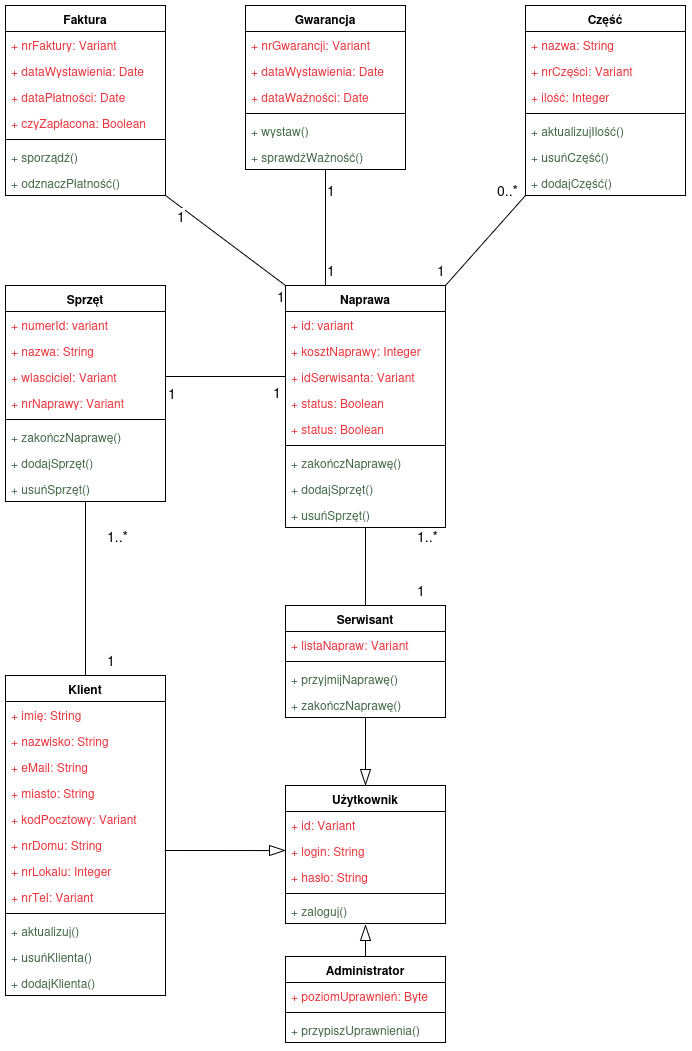
Earlier version of the draw.io export diagramKlasImplementacyjny.png (krystianczajkowski/ProjektowanieSystemowInformatycznych). Source tidied: cells renumbered, new cells last; positions are measured from the earlier drawing's top-left corner, leaving out a move shared by most shapes.
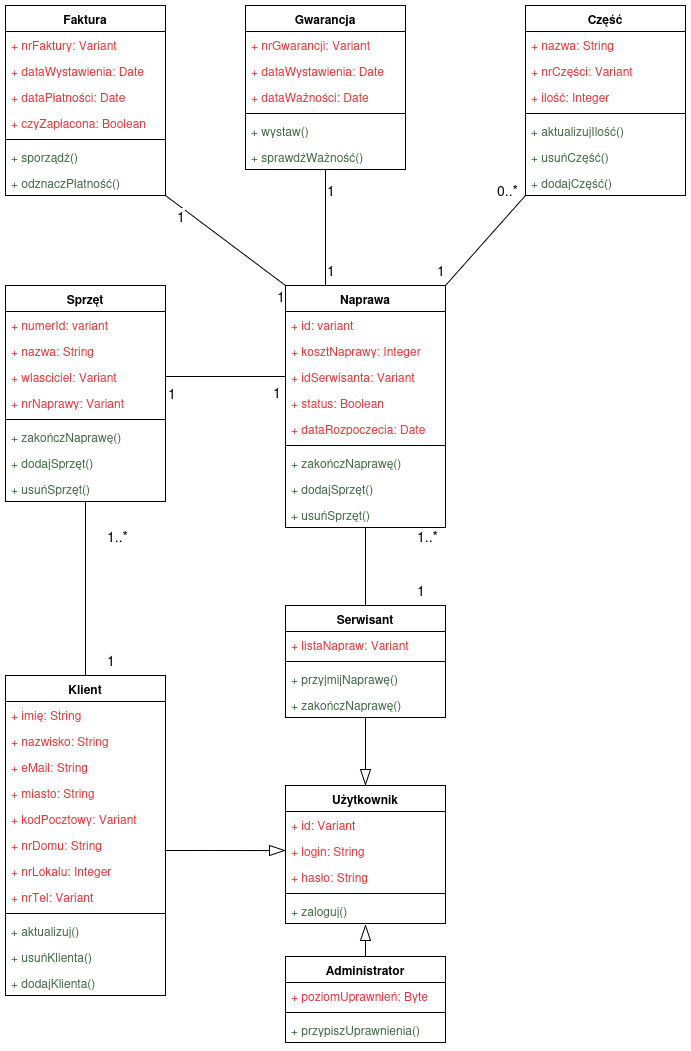
After the commit.

Commit message:
poprawa diagramu klas implementacyjnego

The edit, as a diff of the source:
```diff
@@ -220,7 +220,7 @@
     <mxCell id="73" value="+ status: Boolean" style="text;strokeColor=none;fillColor=none;align=left;verticalAlign=top;spacingLeft=4;spacingRight=4;overflow=hidden;whiteSpace=wrap;html=1;fontColor=light-dark(#ed333b, #ededed);" parent="68" vertex="1">
       <mxGeometry y="104" width="160" height="26" as="geometry" />
     </mxCell>
-    <mxCell id="74" value="+ status: Boolean" style="text;strokeColor=none;fillColor=none;align=left;verticalAlign=top;spacingLeft=4;spacingRight=4;overflow=hidden;whiteSpace=wrap;html=1;fontColor=light-dark(#ed333b, #ededed);" parent="68" vertex="1">
+    <mxCell id="74" value="+ dataRozpoczecia: Date" style="text;strokeColor=none;fillColor=none;align=left;verticalAlign=top;spacingLeft=4;spacingRight=4;overflow=hidden;whiteSpace=wrap;html=1;fontColor=light-dark(#ed333b, #ededed);" parent="68" vertex="1">
       <mxGeometry y="130" width="160" height="26" as="geometry" />
     </mxCell>
     <mxCell id="75" style="line;strokeWidth=1;fillColor=none;align=left;verticalAlign=middle;spacingTop=-1;spacingLeft=3;spacingRight=3;labelPosition=right;strokeColor=inherit;" parent="68" vertex="1">
```
